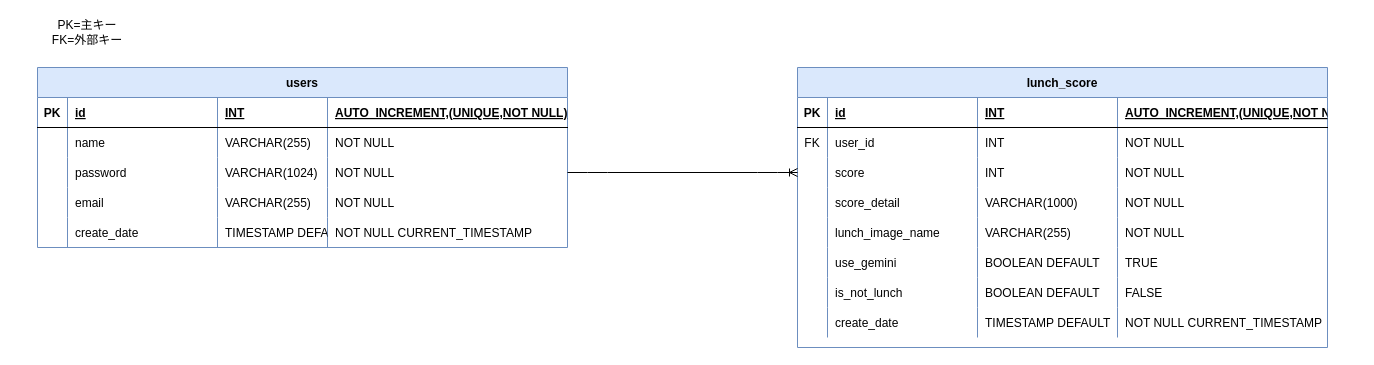
Before: mysql/ER.dio in Sansyou47/kd-develop-2024-team-A, a draw.io diagram. Source tidied: cells renumbered, new cells numbered last; positions are measured from the earlier drawing's top-left corner, leaving out a move shared by most shapes. Both pictures are drawn from the tidied source at 100%, with x=0, y=0 at pixel (17, 17).
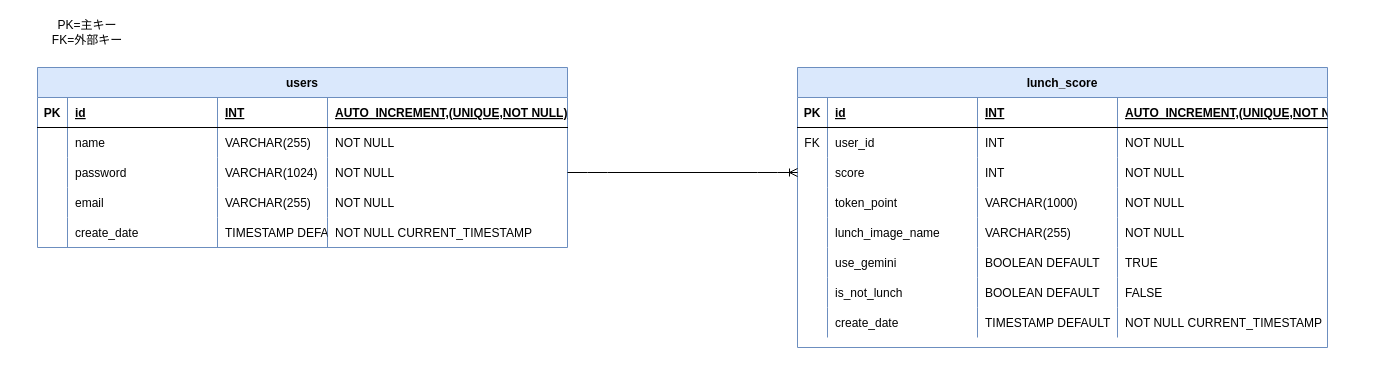
The same diagram, later.

The change refers to these unchanged cells:
```xml
<mxCell id="45" style="shape=tableRow;horizontal=0;startSize=0;swimlaneHead=0;swimlaneBody=0;fillColor=none;top=0;left=0;right=0;bottom=0;" parent="29" vertex="1">
  <mxGeometry y="120" width="530" height="30" as="geometry" />
</mxCell>
```

Change to the diagram source:
```diff
@@
-    <mxCell id="47" value="score_detail" style="shape=partialRectangle;fillColor=none;top=0;left=0;bottom=0;right=0;align=left;spacingLeft=6;overflow=hidden;" parent="45" vertex="1">
+    <mxCell id="47" value="token_point" style="shape=partialRectangle;fillColor=none;top=0;left=0;bottom=0;right=0;align=left;spacingLeft=6;overflow=hidden;" parent="45" vertex="1">
       <mxGeometry x="30" width="150" height="30" as="geometry" />
     </mxCell>
```
